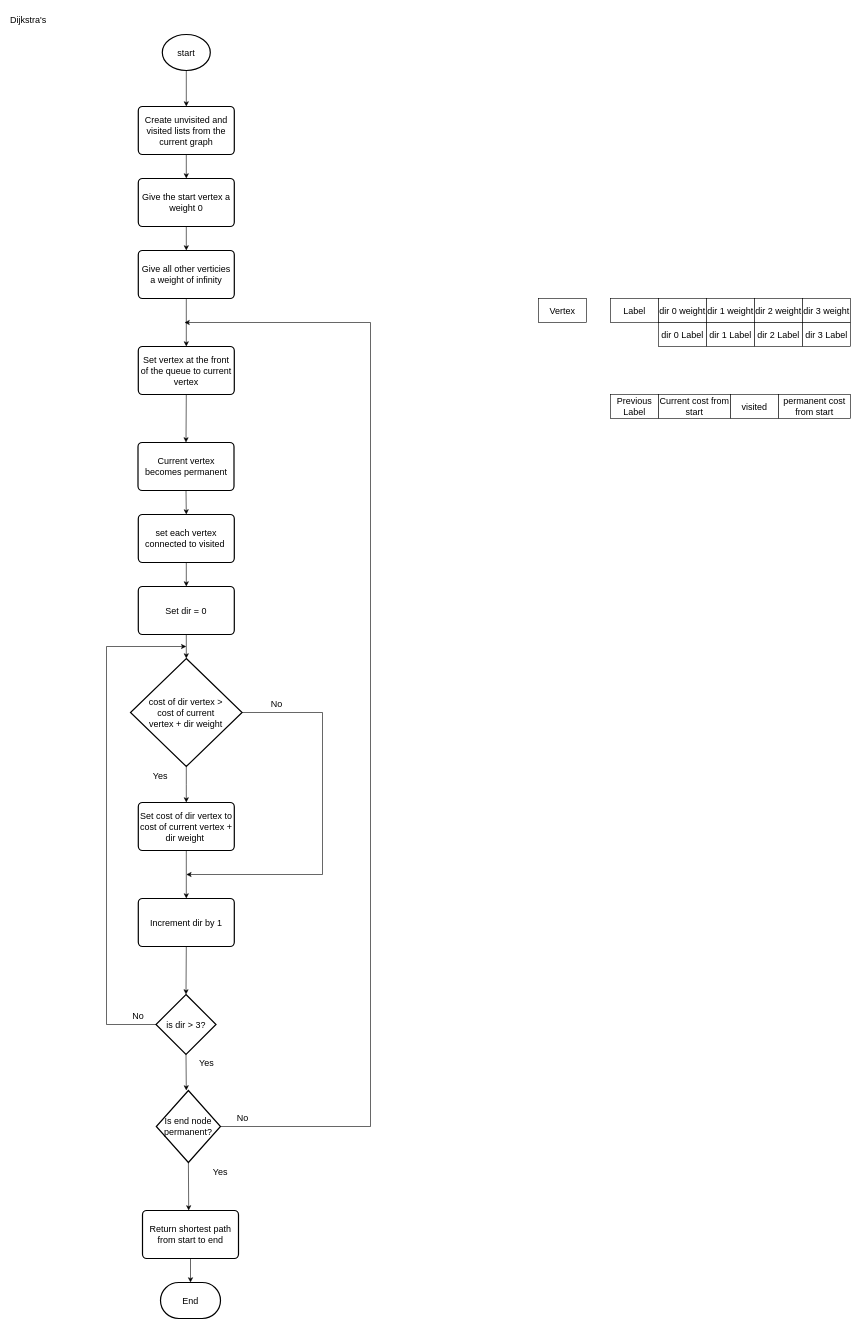
This is page "Dijkstra's" (3 of 3) of Algorithms and Further Breakdown.drawio from chilliconkearney/College-Work, a draw.io file, before an edit. Source tidied: cells renumbered, new cells numbered last; positions are measured from the earlier drawing's top-left corner, leaving out a move shared by most shapes. Both pictures are drawn from the tidied source at 60%, with x=0, y=0 at pixel (10, 10).
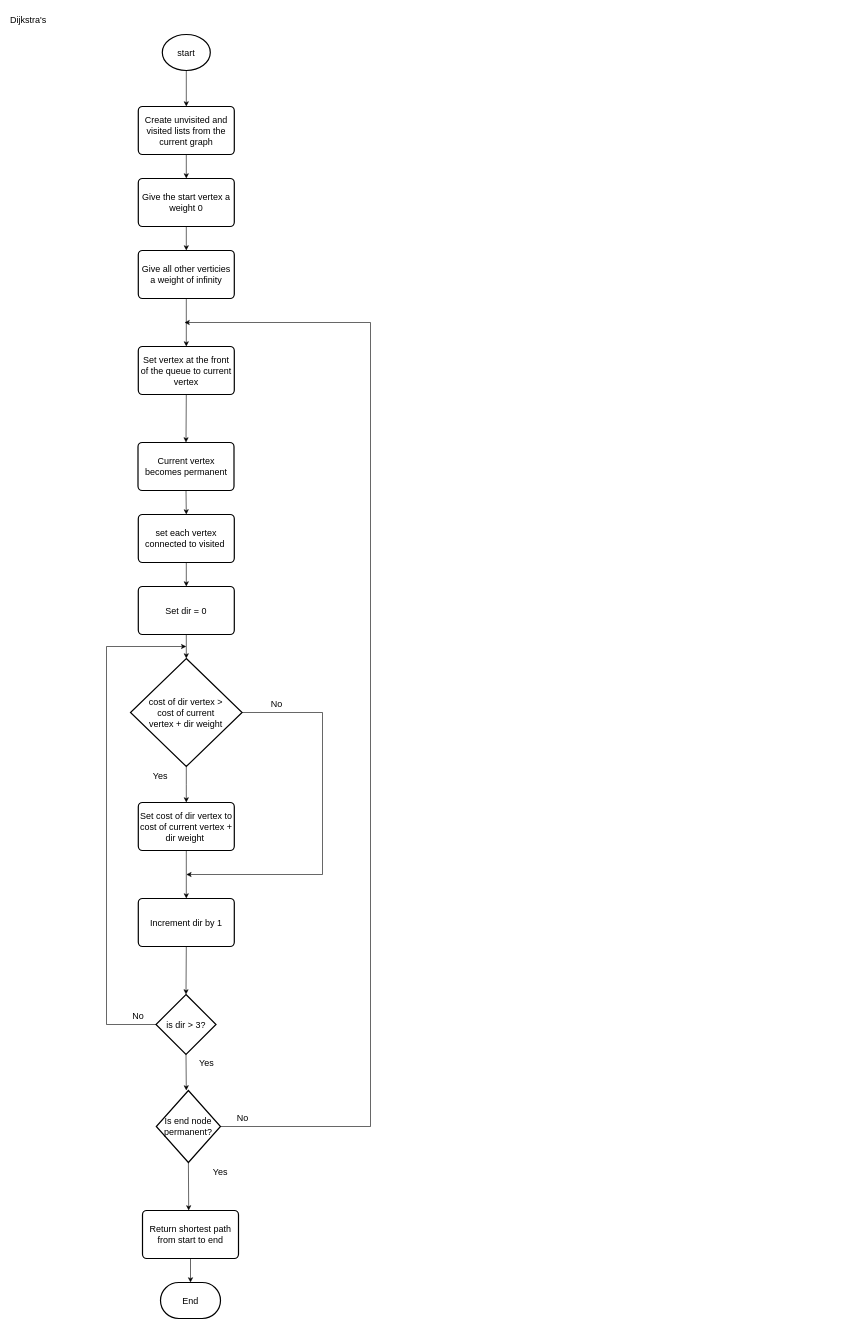
The same page after the edit.

Diff of the diagram source:
```diff
@@
-    <mxCell id="21" value="Vertex" style="rounded=0;whiteSpace=wrap;html=1;fontSize=15;" parent="1" vertex="1">
-      <mxGeometry x="880" y="480" width="80" height="40" as="geometry" />
-    </mxCell>
-    <mxCell id="22" value="Label" style="rounded=0;whiteSpace=wrap;html=1;fontSize=15;" parent="1" vertex="1">
-      <mxGeometry x="1000" y="480" width="80" height="40" as="geometry" />
-    </mxCell>
-    <mxCell id="23" value="dir 0 weight" style="rounded=0;whiteSpace=wrap;html=1;fontSize=15;" parent="1" vertex="1">
-      <mxGeometry x="1080" y="480" width="80" height="40" as="geometry" />
-    </mxCell>
-    <mxCell id="24" value="dir 1 weight" style="rounded=0;whiteSpace=wrap;html=1;fontSize=15;" parent="1" vertex="1">
-      <mxGeometry x="1160" y="480" width="80" height="40" as="geometry" />
-    </mxCell>
-    <mxCell id="25" value="dir 2 weight" style="rounded=0;whiteSpace=wrap;html=1;fontSize=15;" parent="1" vertex="1">
-      <mxGeometry x="1240" y="480" width="80" height="40" as="geometry" />
-    </mxCell>
-    <mxCell id="26" value="dir 3 weight" style="rounded=0;whiteSpace=wrap;html=1;fontSize=15;" parent="1" vertex="1">
-      <mxGeometry x="1320" y="480" width="80" height="40" as="geometry" />
-    </mxCell>
-    <mxCell id="27" value="dir 0 Label" style="rounded=0;whiteSpace=wrap;html=1;fontSize=15;" parent="1" vertex="1">
-      <mxGeometry x="1080" y="520" width="80" height="40" as="geometry" />
-    </mxCell>
-    <mxCell id="28" value="dir 1 Label" style="rounded=0;whiteSpace=wrap;html=1;fontSize=15;" parent="1" vertex="1">
-      <mxGeometry x="1160" y="520" width="80" height="40" as="geometry" />
-    </mxCell>
-    <mxCell id="29" value="dir 2 Label" style="rounded=0;whiteSpace=wrap;html=1;fontSize=15;" parent="1" vertex="1">
-      <mxGeometry x="1240" y="520" width="80" height="40" as="geometry" />
-    </mxCell>
-    <mxCell id="30" value="dir 3 Label" style="rounded=0;whiteSpace=wrap;html=1;fontSize=15;" parent="1" vertex="1">
-      <mxGeometry x="1320" y="520" width="80" height="40" as="geometry" />
-    </mxCell>
-    <mxCell id="31" value="Previous Label" style="rounded=0;whiteSpace=wrap;html=1;fontSize=15;" parent="1" vertex="1">
-      <mxGeometry x="1000" y="640" width="80" height="40" as="geometry" />
-    </mxCell>
-    <mxCell id="32" value="Current cost from start" style="rounded=0;whiteSpace=wrap;html=1;fontSize=15;" parent="1" vertex="1">
-      <mxGeometry x="1080" y="640" width="120" height="40" as="geometry" />
-    </mxCell>
-    <mxCell id="33" value="visited" style="rounded=0;whiteSpace=wrap;html=1;fontSize=15;" parent="1" vertex="1">
-      <mxGeometry x="1200" y="640" width="80" height="40" as="geometry" />
-    </mxCell>
-    <mxCell id="34" value="permanent cost from start" style="rounded=0;whiteSpace=wrap;html=1;fontSize=15;" parent="1" vertex="1">
-      <mxGeometry x="1280" y="640" width="120" height="40" as="geometry" />
-    </mxCell>
```
